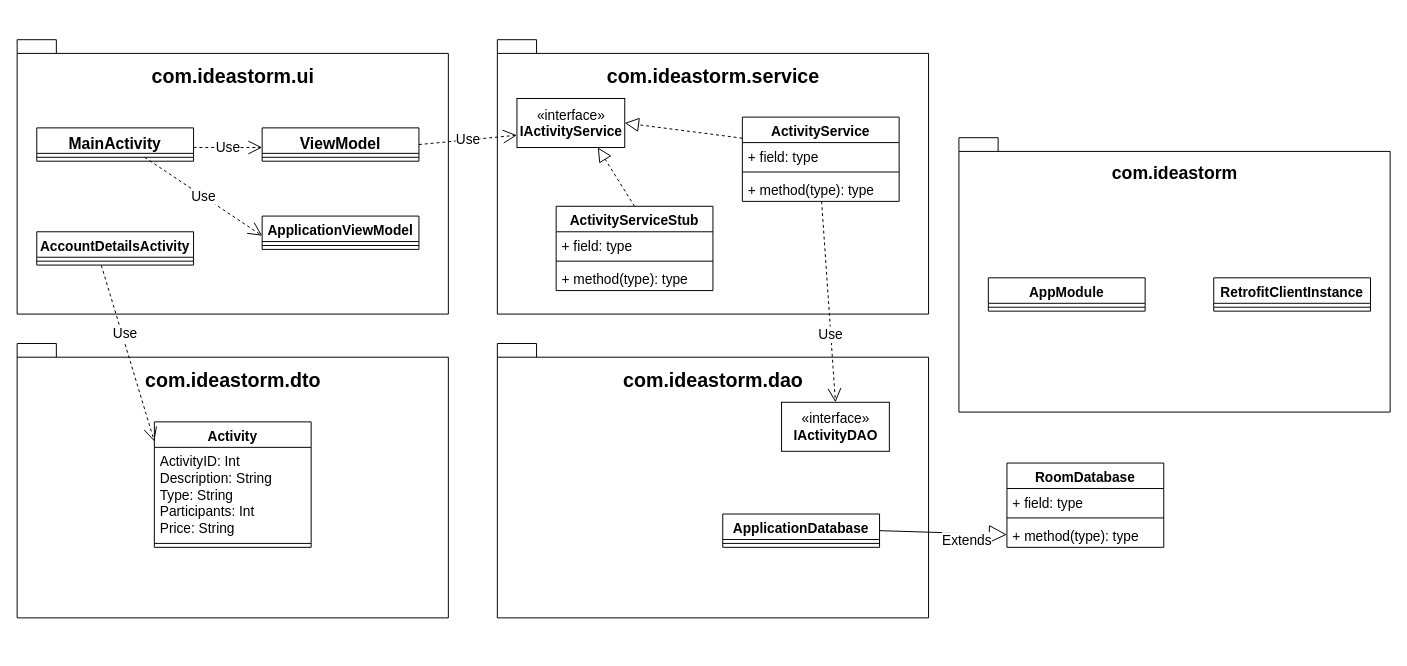
steelesh/IdeaStorm keeps this draw.io diagram as Untitled Diagram.drawio. Above is the earlier version. Source tidied: cells renumbered, new cells numbered last; positions are measured from the earlier drawing's top-left corner, leaving out a move shared by most shapes. Both pictures are drawn from the tidied source at 98%, with x=0, y=0 at pixel (17, 39).
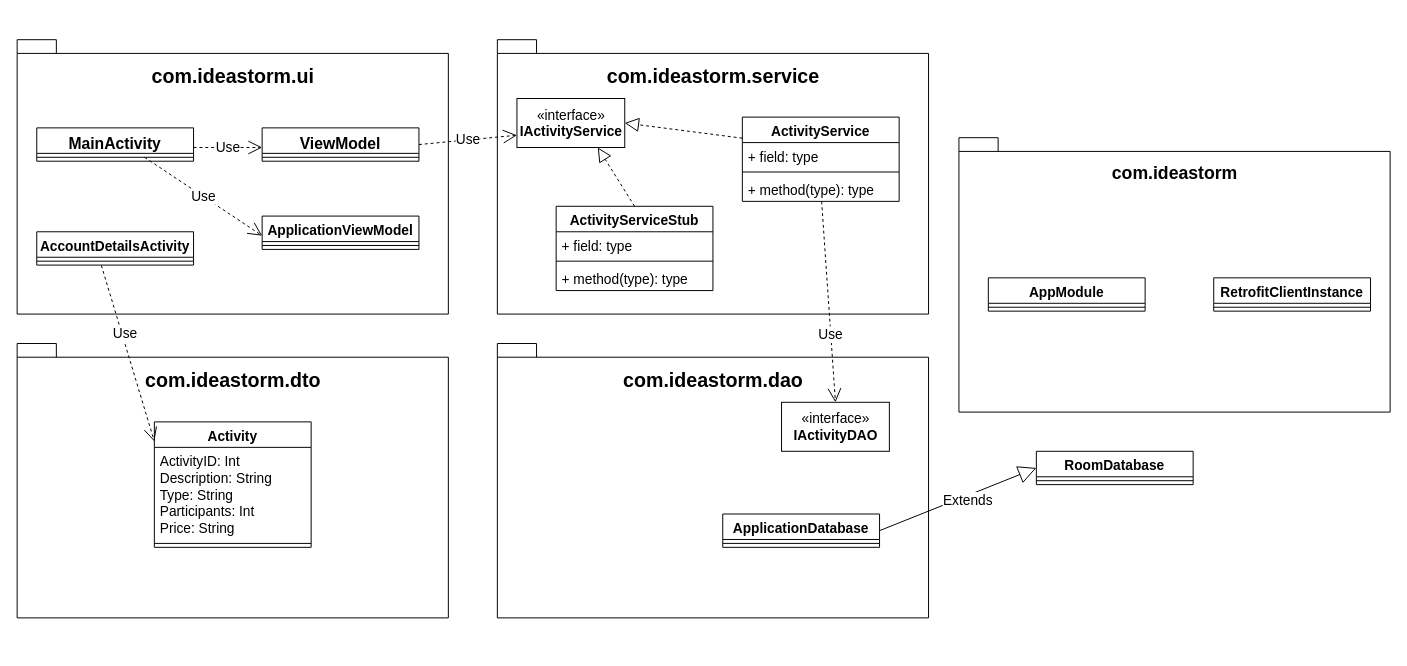
Above is the later version.

Commit message:
Update IdeaStorm UML CLass Diagram

Unchanged cells that the change refers to:
```xml
<mxCell id="34" value="ApplicationDatabase" style="swimlane;fontStyle=1;align=center;verticalAlign=top;horizontal=1;startSize=26;fontSize=14;" parent="1" vertex="1">
  <mxGeometry x="720" y="484" width="160" height="34" as="geometry" />
</mxCell>
```

Change to the diagram source:
```diff
@@
     <mxCell id="41" value="RoomDatabase" style="swimlane;fontStyle=1;align=center;verticalAlign=top;horizontal=1;startSize=26;fontSize=14;" parent="1" vertex="1">
-      <mxGeometry x="1010" y="432" width="160" height="86" as="geometry" />
+      <mxGeometry x="1040" y="420" width="160" height="34" as="geometry" />
     </mxCell>
-    <mxCell id="42" value="+ field: type" style="text;strokeColor=none;fillColor=none;align=left;verticalAlign=top;spacingLeft=4;spacingRight=4;overflow=hidden;fontSize=14;" parent="41" vertex="1">
-      <mxGeometry y="26" width="160" height="26" as="geometry" />
-    </mxCell>
     <mxCell id="43" style="line;strokeWidth=1;fillColor=none;align=left;verticalAlign=middle;spacingTop=-1;spacingLeft=3;spacingRight=3;labelPosition=right;strokeColor=inherit;fontSize=14;" parent="41" vertex="1">
-      <mxGeometry y="52" width="160" height="8" as="geometry" />
+      <mxGeometry y="26" width="160" height="8" as="geometry" />
     </mxCell>
-    <mxCell id="44" value="+ method(type): type" style="text;strokeColor=none;fillColor=none;align=left;verticalAlign=top;spacingLeft=4;spacingRight=4;overflow=hidden;points=[[0,0.5],[1,0.5]];portConstraint=eastwest;fontSize=14;" parent="41" vertex="1">
-      <mxGeometry y="60" width="160" height="26" as="geometry" />
-    </mxCell>
-    <mxCell id="45" value="Extends" style="endArrow=block;endSize=16;endFill=0;html=1;rounded=0;fontSize=14;entryX=0;entryY=0.5;entryDx=0;entryDy=0;exitX=1;exitY=0.5;exitDx=0;exitDy=0;" parent="1" edge="1" source="34" target="44">
-      <mxGeometry x="0.37" y="-7" relative="1" as="geometry" />
+    <mxCell id="45" value="Extends" style="endArrow=block;endSize=16;endFill=0;html=1;rounded=0;fontSize=14;entryX=0;entryY=0.5;entryDx=0;entryDy=0;exitX=1;exitY=0.5;exitDx=0;exitDy=0;" parent="1" edge="1" source="34" target="41">
+      <mxGeometry x="0.1" y="-5" relative="1" as="geometry" />
     </mxCell>
```
